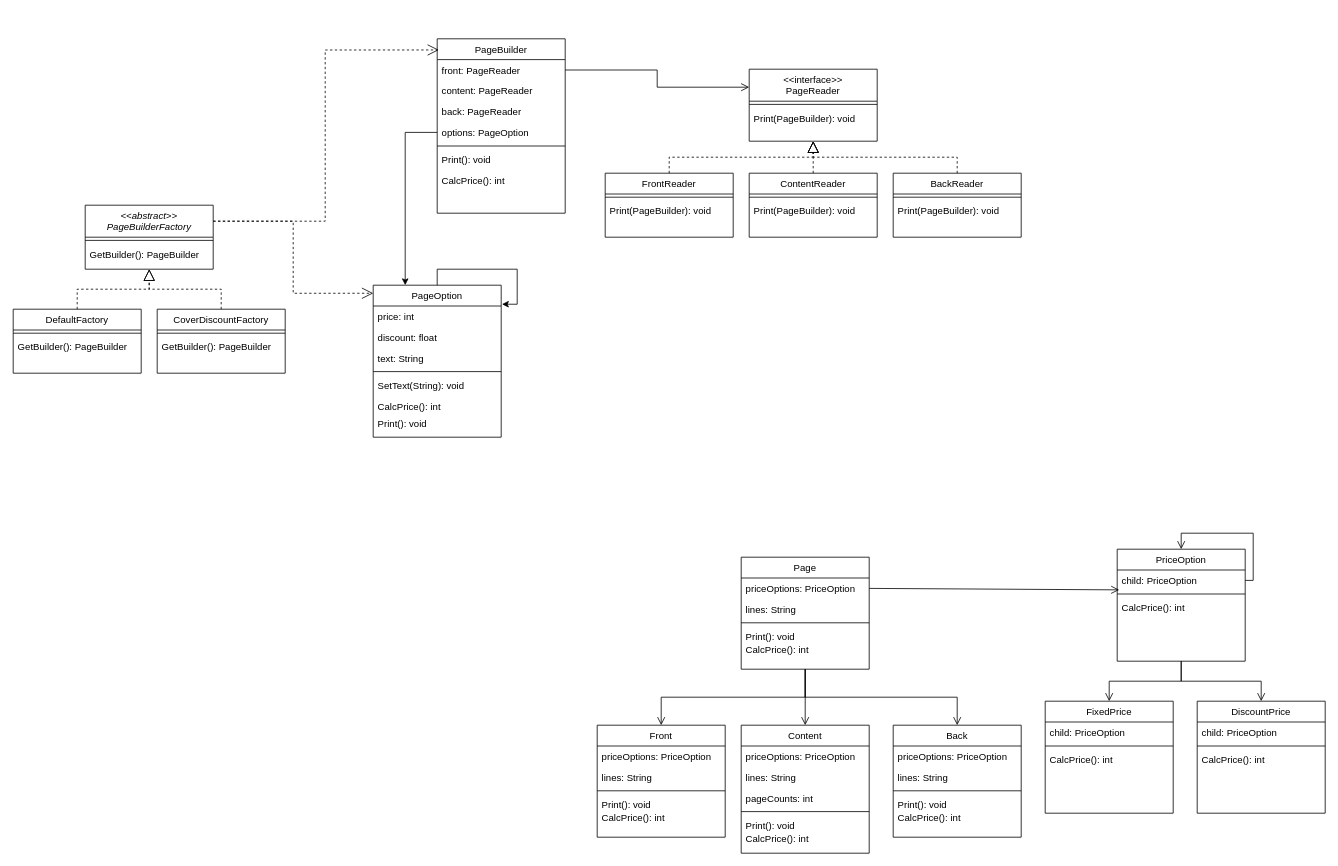
Above: ClassDiagram.drawio in psg9790/ReportProgram (draw.io), before the change. Source tidied: cells renumbered, new cells numbered last; positions are measured from the earlier drawing's top-left corner, leaving out a move shared by most shapes. Both pictures are drawn from the tidied source at 80%, with x=0, y=0 at pixel (13, 38).
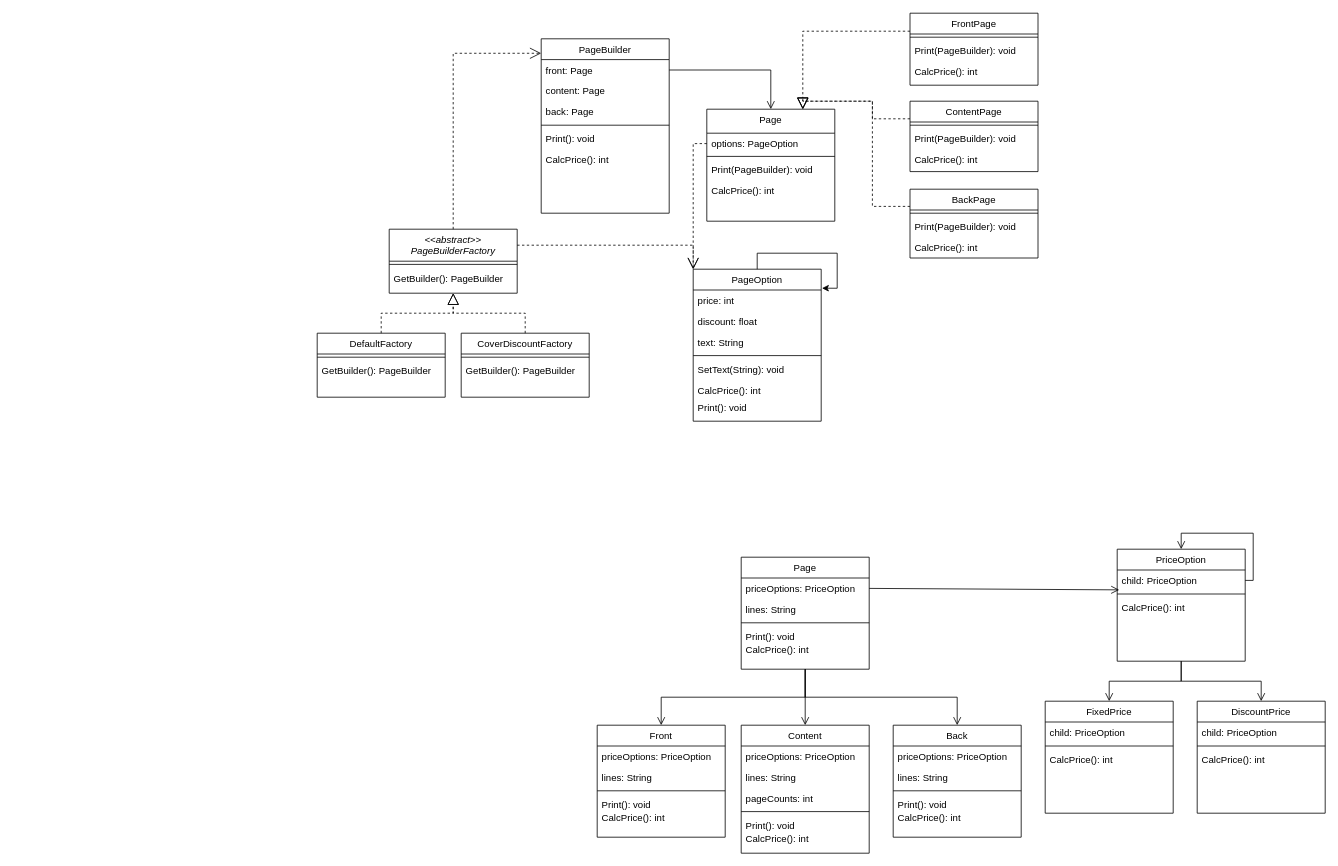
Above is the later version.

The edit, as a diff of the source:
```diff
@@
     <mxCell id="2" value="&lt;&lt;abstract&gt;&gt;&#10;PageBuilderFactory" style="swimlane;fontStyle=2;align=center;verticalAlign=top;horizontal=1;startSize=40;rounded=0;shadow=0;strokeWidth=1;" parent="1" vertex="1">
-      <mxGeometry x="90" y="208" width="160" height="80" as="geometry" />
+      <mxGeometry x="470" y="238" width="160" height="80" as="geometry" />
     </mxCell>
@@
     <mxCell id="5" value="PageBuilder" style="swimlane;fontStyle=0;align=center;verticalAlign=top;horizontal=1;startSize=26;rounded=0;shadow=0;strokeWidth=1;" parent="1" vertex="1">
-      <mxGeometry x="530" width="160" height="218" as="geometry" />
+      <mxGeometry x="660" width="160" height="218" as="geometry" />
     </mxCell>
-    <mxCell id="6" value="front: PageReader" style="text;align=left;verticalAlign=top;spacingLeft=4;spacingRight=4;overflow=hidden;points=[[0,0.5],[1,0.5]];portConstraint=eastwest;" parent="5" vertex="1">
+    <mxCell id="6" value="front: Page" style="text;align=left;verticalAlign=top;spacingLeft=4;spacingRight=4;overflow=hidden;points=[[0,0.5],[1,0.5]];portConstraint=eastwest;" parent="5" vertex="1">
       <mxGeometry y="26" width="160" height="26" as="geometry" />
     </mxCell>
-    <mxCell id="7" value="content: PageReader" style="text;align=left;verticalAlign=top;spacingLeft=4;spacingRight=4;overflow=hidden;rounded=0;shadow=0;html=0;" parent="5" vertex="1">
+    <mxCell id="7" value="content: Page" style="text;align=left;verticalAlign=top;spacingLeft=4;spacingRight=4;overflow=hidden;rounded=0;shadow=0;html=0;" parent="5" vertex="1">
       <mxGeometry y="52" width="160" height="26" as="geometry" />
     </mxCell>
-    <mxCell id="8" value="back: PageReader" style="text;align=left;verticalAlign=top;spacingLeft=4;spacingRight=4;overflow=hidden;rounded=0;shadow=0;html=0;" parent="5" vertex="1">
+    <mxCell id="8" value="back: Page" style="text;align=left;verticalAlign=top;spacingLeft=4;spacingRight=4;overflow=hidden;rounded=0;shadow=0;html=0;" parent="5" vertex="1">
       <mxGeometry y="78" width="160" height="26" as="geometry" />
     </mxCell>
-    <mxCell id="9" value="options: PageOption" style="text;align=left;verticalAlign=top;spacingLeft=4;spacingRight=4;overflow=hidden;points=[[0,0.5],[1,0.5]];portConstraint=eastwest;rounded=0;shadow=0;html=0;" parent="5" vertex="1">
-      <mxGeometry y="104" width="160" height="26" as="geometry" />
-    </mxCell>
     <mxCell id="10" style="line;html=1;strokeWidth=1;align=left;verticalAlign=middle;spacingTop=-1;spacingLeft=3;spacingRight=3;labelPosition=right;" parent="5" vertex="1">
-      <mxGeometry y="130" width="160" height="8" as="geometry" />
+      <mxGeometry y="104" width="160" height="8" as="geometry" />
     </mxCell>
     <mxCell id="11" value="Print(): void" style="text;align=left;verticalAlign=top;spacingLeft=4;spacingRight=4;overflow=hidden;" parent="5" vertex="1">
-      <mxGeometry y="138" width="160" height="26" as="geometry" />
+      <mxGeometry y="112" width="160" height="26" as="geometry" />
     </mxCell>
     <mxCell id="12" value="CalcPrice(): int" style="text;align=left;verticalAlign=top;spacingLeft=4;spacingRight=4;overflow=hidden;" parent="5" vertex="1">
-      <mxGeometry y="164" width="160" height="22" as="geometry" />
+      <mxGeometry y="138" width="160" height="22" as="geometry" />
     </mxCell>
@@
-    <mxCell id="57" value="&lt;&lt;interface&gt;&gt;&#10;PageReader" style="swimlane;fontStyle=0;align=center;verticalAlign=top;horizontal=1;startSize=40;rounded=0;shadow=0;strokeWidth=1;" parent="1" vertex="1">
-      <mxGeometry x="920" y="38" width="160" height="90" as="geometry" />
+    <mxCell id="57" value="Page" style="swimlane;fontStyle=0;align=center;verticalAlign=top;horizontal=1;startSize=30;rounded=0;shadow=0;strokeWidth=1;" parent="1" vertex="1">
+      <mxGeometry x="867" y="88" width="160" height="140" as="geometry" />
     </mxCell>
+    <mxCell id="9" value="options: PageOption" style="text;align=left;verticalAlign=top;spacingLeft=4;spacingRight=4;overflow=hidden;points=[[0,0.5],[1,0.5]];portConstraint=eastwest;" parent="57" vertex="1">
+      <mxGeometry y="30" width="160" height="26" as="geometry" />
+    </mxCell>
     <mxCell id="58" style="line;html=1;strokeWidth=1;align=left;verticalAlign=middle;spacingTop=-1;spacingLeft=3;spacingRight=3;labelPosition=right;" parent="57" vertex="1">
-      <mxGeometry y="40" width="160" height="8" as="geometry" />
+      <mxGeometry y="56" width="160" height="6" as="geometry" />
     </mxCell>
     <mxCell id="59" value="Print(PageBuilder): void" style="text;align=left;verticalAlign=top;spacingLeft=4;spacingRight=4;overflow=hidden;" parent="57" vertex="1">
-      <mxGeometry y="48" width="160" height="26" as="geometry" />
+      <mxGeometry y="62" width="160" height="26" as="geometry" />
     </mxCell>
+    <mxCell id="93" value="CalcPrice(): int" style="text;align=left;verticalAlign=top;spacingLeft=4;spacingRight=4;overflow=hidden;" parent="57" vertex="1">
+      <mxGeometry y="88" width="160" height="26" as="geometry" />
+    </mxCell>
-    <mxCell id="60" style="endArrow=open;startArrow=none;endFill=0;startFill=0;endSize=8;html=1;verticalAlign=bottom;labelBackgroundColor=none;strokeWidth=1;rounded=0;entryX=0;entryY=0.25;entryDx=0;entryDy=0;exitX=1;exitY=0.5;exitDx=0;exitDy=0;edgeStyle=orthogonalEdgeStyle;" parent="1" edge="1" source="6" target="57">
+    <mxCell id="60" style="endArrow=open;startArrow=none;endFill=0;startFill=0;endSize=8;html=1;verticalAlign=bottom;labelBackgroundColor=none;strokeWidth=1;rounded=0;entryX=0.5;entryY=0;entryDx=0;entryDy=0;exitX=1;exitY=0.5;exitDx=0;exitDy=0;edgeStyle=orthogonalEdgeStyle;" parent="1" edge="1" source="6" target="57">
       <mxGeometry relative="1" as="geometry" />
     </mxCell>
-    <mxCell id="61" value="FrontReader" style="swimlane;fontStyle=0;align=center;verticalAlign=top;horizontal=1;startSize=26;rounded=0;shadow=0;strokeWidth=1;" parent="1" vertex="1">
-      <mxGeometry x="740" y="168" width="160" height="80" as="geometry" />
+    <mxCell id="61" value="FrontPage" style="swimlane;fontStyle=0;align=center;verticalAlign=top;horizontal=1;startSize=26;rounded=0;shadow=0;strokeWidth=1;" parent="1" vertex="1">
+      <mxGeometry x="1121" y="-32" width="160" height="90" as="geometry" />
     </mxCell>
@@
+    <mxCell id="94" value="CalcPrice(): int" style="text;align=left;verticalAlign=top;spacingLeft=4;spacingRight=4;overflow=hidden;" parent="61" vertex="1">
+      <mxGeometry y="60" width="160" height="26" as="geometry" />
+    </mxCell>
-    <mxCell id="64" value="ContentReader" style="swimlane;fontStyle=0;align=center;verticalAlign=top;horizontal=1;startSize=26;rounded=0;shadow=0;strokeWidth=1;" parent="1" vertex="1">
-      <mxGeometry x="920" y="168" width="160" height="80" as="geometry" />
+    <mxCell id="64" value="ContentPage" style="swimlane;fontStyle=0;align=center;verticalAlign=top;horizontal=1;startSize=26;rounded=0;shadow=0;strokeWidth=1;" parent="1" vertex="1">
+      <mxGeometry x="1121" y="78" width="160" height="88" as="geometry" />
     </mxCell>
@@
+    <mxCell id="95" value="CalcPrice(): int" style="text;align=left;verticalAlign=top;spacingLeft=4;spacingRight=4;overflow=hidden;" parent="64" vertex="1">
+      <mxGeometry y="60" width="160" height="26" as="geometry" />
+    </mxCell>
-    <mxCell id="67" value="BackReader" style="swimlane;fontStyle=0;align=center;verticalAlign=top;horizontal=1;startSize=26;rounded=0;shadow=0;strokeWidth=1;" parent="1" vertex="1">
-      <mxGeometry x="1100" y="168" width="160" height="80" as="geometry" />
+    <mxCell id="67" value="BackPage" style="swimlane;fontStyle=0;align=center;verticalAlign=top;horizontal=1;startSize=26;rounded=0;shadow=0;strokeWidth=1;" parent="1" vertex="1">
+      <mxGeometry x="1121" y="188" width="160" height="86" as="geometry" />
     </mxCell>
@@
+    <mxCell id="96" value="CalcPrice(): int" style="text;align=left;verticalAlign=top;spacingLeft=4;spacingRight=4;overflow=hidden;" parent="67" vertex="1">
+      <mxGeometry y="60" width="160" height="26" as="geometry" />
+    </mxCell>
     <mxCell id="70" value="PageOption" style="swimlane;fontStyle=0;align=center;verticalAlign=top;horizontal=1;startSize=26;rounded=0;shadow=0;strokeWidth=1;" parent="1" vertex="1">
-      <mxGeometry x="450" y="308" width="160" height="190" as="geometry" />
+      <mxGeometry x="850" y="288" width="160" height="190" as="geometry" />
     </mxCell>
@@
-    <mxCell id="78" style="endArrow=block;dashed=1;endFill=0;endSize=12;html=1;rounded=0;exitX=0.5;exitY=0;exitDx=0;exitDy=0;entryX=0.5;entryY=1;entryDx=0;entryDy=0;edgeStyle=orthogonalEdgeStyle;" parent="1" edge="1" source="61" target="57">
+    <mxCell id="78" style="endArrow=block;dashed=1;endFill=0;endSize=12;html=1;rounded=0;exitX=0;exitY=0.25;exitDx=0;exitDy=0;entryX=0.75;entryY=0;entryDx=0;entryDy=0;edgeStyle=orthogonalEdgeStyle;" parent="1" edge="1" source="61" target="57">
       <mxGeometry relative="1" as="geometry" />
     </mxCell>
-    <mxCell id="79" style="endArrow=block;dashed=1;endFill=0;endSize=12;html=1;rounded=0;exitX=0.5;exitY=0;exitDx=0;exitDy=0;entryX=0.5;entryY=1;entryDx=0;entryDy=0;edgeStyle=orthogonalEdgeStyle;" parent="1" edge="1" source="64" target="57">
+    <mxCell id="79" style="endArrow=block;dashed=1;endFill=0;endSize=12;html=1;rounded=0;exitX=0;exitY=0.25;exitDx=0;exitDy=0;edgeStyle=orthogonalEdgeStyle;entryX=0.75;entryY=0;entryDx=0;entryDy=0;" parent="1" edge="1" source="64" target="57">
       <mxGeometry relative="1" as="geometry" />
     </mxCell>
-    <mxCell id="80" style="endArrow=block;dashed=1;endFill=0;endSize=12;html=1;rounded=0;exitX=0.5;exitY=0;exitDx=0;exitDy=0;entryX=0.5;entryY=1;entryDx=0;entryDy=0;edgeStyle=orthogonalEdgeStyle;" parent="1" edge="1" source="67" target="57">
+    <mxCell id="80" style="endArrow=block;dashed=1;endFill=0;endSize=12;html=1;rounded=0;exitX=0;exitY=0.25;exitDx=0;exitDy=0;edgeStyle=orthogonalEdgeStyle;entryX=0.75;entryY=0;entryDx=0;entryDy=0;" parent="1" edge="1" source="67" target="57">
       <mxGeometry relative="1" as="geometry" />
     </mxCell>
-    <mxCell id="81" style="endArrow=open;endSize=12;dashed=1;html=1;rounded=0;exitX=1;exitY=0.25;exitDx=0;exitDy=0;entryX=0.013;entryY=0.064;entryDx=0;entryDy=0;entryPerimeter=0;edgeStyle=orthogonalEdgeStyle;" parent="1" edge="1" source="2" target="5">
+    <mxCell id="81" style="endArrow=open;endSize=12;dashed=1;html=1;rounded=0;exitX=0.5;exitY=0;exitDx=0;exitDy=0;edgeStyle=orthogonalEdgeStyle;entryX=0;entryY=0.083;entryDx=0;entryDy=0;entryPerimeter=0;" parent="1" edge="1" source="2" target="5">
       <mxGeometry relative="1" as="geometry" />
     </mxCell>
-    <mxCell id="82" style="endArrow=open;endSize=12;dashed=1;html=1;rounded=0;edgeStyle=orthogonalEdgeStyle;exitX=1;exitY=0.25;exitDx=0;exitDy=0;entryX=0;entryY=0.053;entryDx=0;entryDy=0;entryPerimeter=0;" parent="1" edge="1" source="2" target="70">
+    <mxCell id="82" style="endArrow=open;endSize=12;dashed=1;html=1;rounded=0;edgeStyle=orthogonalEdgeStyle;exitX=1;exitY=0.25;exitDx=0;exitDy=0;entryX=0;entryY=0;entryDx=0;entryDy=0;" parent="1" edge="1" source="2" target="70">
       <mxGeometry relative="1" as="geometry" />
     </mxCell>
     <mxCell id="83" value="DefaultFactory" style="swimlane;fontStyle=0;align=center;verticalAlign=top;horizontal=1;startSize=26;rounded=0;shadow=0;strokeWidth=1;" parent="1" vertex="1">
-      <mxGeometry y="338" width="160" height="80" as="geometry" />
+      <mxGeometry x="380" y="368" width="160" height="80" as="geometry" />
     </mxCell>
@@
     <mxCell id="87" value="CoverDiscountFactory" style="swimlane;fontStyle=0;align=center;verticalAlign=top;horizontal=1;startSize=26;rounded=0;shadow=0;strokeWidth=1;" parent="1" vertex="1">
-      <mxGeometry x="180" y="338" width="160" height="80" as="geometry" />
+      <mxGeometry x="560" y="368" width="160" height="80" as="geometry" />
     </mxCell>
@@
-    <mxCell id="92" style="edgeStyle=orthogonalEdgeStyle;rounded=0;jettySize=auto;html=1;exitX=0;exitY=0.5;exitDx=0;exitDy=0;entryX=0.25;entryY=0;entryDx=0;entryDy=0;" parent="1" edge="1" source="9" target="70">
+    <mxCell id="92" style="endArrow=open;endSize=12;dashed=1;html=1;rounded=0;edgeStyle=orthogonalEdgeStyle;exitX=0;exitY=0.5;exitDx=0;exitDy=0;entryX=0;entryY=0;entryDx=0;entryDy=0;" parent="1" edge="1" source="9" target="70">
       <mxGeometry relative="1" as="geometry" />
     </mxCell>
```
